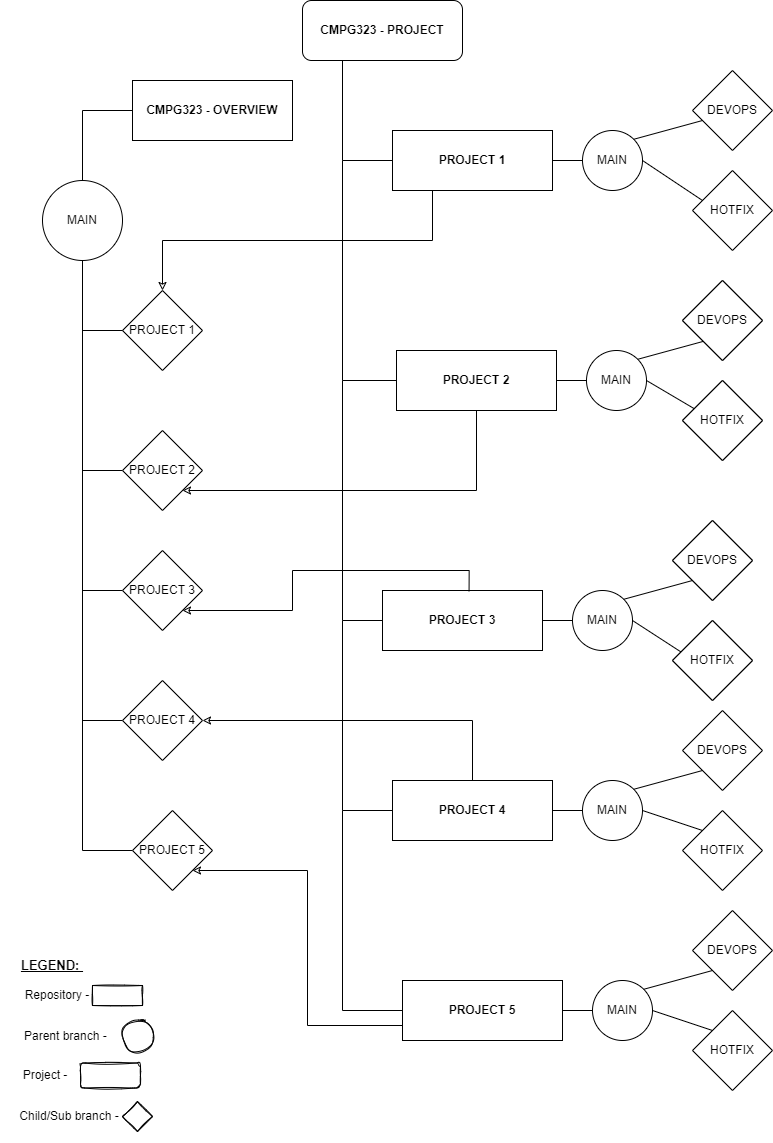
Before: diagram323_34946039_Overview.png, a diagram exported from draw.io (chriszeymar/CMPG323-Overview---34946039). Source tidied: cells renumbered, new cells last; positions are measured from the earlier drawing's top-left corner, leaving out a move shared by most shapes. Its diagram source:
```xml
<mxGraphModel>
  <root>
    <mxCell id="0" />
    <mxCell id="1" parent="0" />
    <mxCell id="2" style="group;" parent="1" vertex="1">
      <mxGeometry x="42" width="730" height="1141" as="geometry" />
    </mxCell>
    <mxCell id="3" value="&lt;b&gt;CMPG323 - PROJECT&lt;/b&gt;" style="rounded=1;whiteSpace=wrap;html=1;" parent="2" vertex="1">
      <mxGeometry x="260" width="160" height="60" as="geometry" />
    </mxCell>
    <mxCell id="4" value="&lt;b&gt;CMPG323 - OVERVIEW&lt;/b&gt;" style="rounded=0;whiteSpace=wrap;html=1;" parent="2" vertex="1">
      <mxGeometry x="90" y="80" width="160" height="60" as="geometry" />
    </mxCell>
    <mxCell id="5" value="MAIN" style="ellipse;whiteSpace=wrap;html=1;rounded=0;" parent="2" vertex="1">
      <mxGeometry y="180" width="80" height="80" as="geometry" />
    </mxCell>
    <mxCell id="6" style="edgeStyle=orthogonalEdgeStyle;rounded=0;jettySize=auto;html=1;exitX=0;exitY=0.5;exitDx=0;exitDy=0;entryX=0.5;entryY=0;entryDx=0;entryDy=0;endArrow=none;endFill=0;" parent="2" edge="1" source="4" target="5">
      <mxGeometry relative="1" as="geometry" />
    </mxCell>
    <mxCell id="7" style="group;" parent="2" vertex="1">
      <mxGeometry x="350" y="60" width="380" height="190" as="geometry" />
    </mxCell>
    <mxCell id="8" style="group;" parent="7" vertex="1">
      <mxGeometry width="380" height="190" as="geometry" />
    </mxCell>
    <mxCell id="9" value="&lt;b&gt;PROJECT 1&lt;/b&gt;" style="rounded=0;whiteSpace=wrap;html=1;" parent="8" vertex="1">
      <mxGeometry y="70" width="160" height="60" as="geometry" />
    </mxCell>
    <mxCell id="10" value="MAIN" style="ellipse;whiteSpace=wrap;html=1;rounded=0;" parent="8" vertex="1">
      <mxGeometry x="190" y="70" width="60" height="60" as="geometry" />
    </mxCell>
    <mxCell id="11" style="endArrow=none;html=1;rounded=0;exitX=1;exitY=0.5;exitDx=0;exitDy=0;" parent="8" edge="1" source="10">
      <mxGeometry relative="1" as="geometry">
        <mxPoint x="310" y="140" as="targetPoint" />
      </mxGeometry>
    </mxCell>
    <mxCell id="12" style="endArrow=none;html=1;rounded=0;entryX=0.5;entryY=1;entryDx=0;entryDy=0;exitX=1;exitY=0;exitDx=0;exitDy=0;" parent="8" edge="1" source="10">
      <mxGeometry relative="1" as="geometry">
        <mxPoint x="310" y="60" as="targetPoint" />
      </mxGeometry>
    </mxCell>
    <mxCell id="13" style="group;" parent="8" vertex="1">
      <mxGeometry x="300" y="10" width="80" height="180" as="geometry" />
    </mxCell>
    <mxCell id="14" value="DEVOPS" style="rhombus;whiteSpace=wrap;html=1;rounded=0;shadow=0;" parent="13" vertex="1">
      <mxGeometry width="80" height="80" as="geometry" />
    </mxCell>
    <mxCell id="15" value="HOTFIX" style="rhombus;whiteSpace=wrap;html=1;rounded=0;shadow=0;" parent="13" vertex="1">
      <mxGeometry y="100" width="80" height="80" as="geometry" />
    </mxCell>
    <mxCell id="16" style="edgeStyle=orthogonalEdgeStyle;rounded=0;jettySize=auto;html=1;exitX=0;exitY=0.5;exitDx=0;exitDy=0;endArrow=none;endFill=0;" parent="7" edge="1" source="10">
      <mxGeometry relative="1" as="geometry">
        <mxPoint x="160" y="100.1" as="targetPoint" />
      </mxGeometry>
    </mxCell>
    <mxCell id="17" style="group;" parent="2" vertex="1">
      <mxGeometry x="350" y="710" width="370" height="180" as="geometry" />
    </mxCell>
    <mxCell id="18" style="group;" parent="17" vertex="1">
      <mxGeometry width="370" height="180" as="geometry" />
    </mxCell>
    <mxCell id="19" value="&lt;b&gt;PROJECT 4&lt;/b&gt;" style="rounded=0;whiteSpace=wrap;html=1;" parent="18" vertex="1">
      <mxGeometry y="70" width="160" height="60" as="geometry" />
    </mxCell>
    <mxCell id="20" value="MAIN" style="ellipse;whiteSpace=wrap;html=1;rounded=0;" parent="18" vertex="1">
      <mxGeometry x="190" y="70" width="60" height="60" as="geometry" />
    </mxCell>
    <mxCell id="21" style="endArrow=none;html=1;rounded=0;entryX=0;entryY=0;entryDx=0;entryDy=0;exitX=1;exitY=0.5;exitDx=0;exitDy=0;" parent="18" edge="1" source="20" target="25">
      <mxGeometry relative="1" as="geometry" />
    </mxCell>
    <mxCell id="22" style="endArrow=none;html=1;rounded=0;entryX=0.5;entryY=1;entryDx=0;entryDy=0;exitX=1;exitY=0;exitDx=0;exitDy=0;" parent="18" edge="1" source="20">
      <mxGeometry relative="1" as="geometry">
        <mxPoint x="310" y="60" as="targetPoint" />
      </mxGeometry>
    </mxCell>
    <mxCell id="23" style="group;" parent="18" vertex="1">
      <mxGeometry x="290" width="80" height="180" as="geometry" />
    </mxCell>
    <mxCell id="24" value="DEVOPS" style="rhombus;whiteSpace=wrap;html=1;rounded=0;shadow=0;" parent="23" vertex="1">
      <mxGeometry width="80" height="80" as="geometry" />
    </mxCell>
    <mxCell id="25" value="HOTFIX" style="rhombus;whiteSpace=wrap;html=1;rounded=0;shadow=0;" parent="23" vertex="1">
      <mxGeometry y="100" width="80" height="80" as="geometry" />
    </mxCell>
    <mxCell id="26" style="edgeStyle=orthogonalEdgeStyle;rounded=0;jettySize=auto;html=1;exitX=0;exitY=0.5;exitDx=0;exitDy=0;endArrow=none;endFill=0;" parent="17" edge="1" source="20">
      <mxGeometry relative="1" as="geometry">
        <mxPoint x="160" y="100.1" as="targetPoint" />
      </mxGeometry>
    </mxCell>
    <mxCell id="27" style="group;" parent="2" vertex="1">
      <mxGeometry x="354" y="280" width="350" height="180" as="geometry" />
    </mxCell>
    <mxCell id="28" style="group;" parent="27" vertex="1">
      <mxGeometry width="350" height="180" as="geometry" />
    </mxCell>
    <mxCell id="29" value="&lt;b&gt;PROJECT 2&lt;/b&gt;" style="rounded=0;whiteSpace=wrap;html=1;" parent="28" vertex="1">
      <mxGeometry y="70" width="160" height="60" as="geometry" />
    </mxCell>
    <mxCell id="30" value="MAIN" style="ellipse;whiteSpace=wrap;html=1;rounded=0;" parent="28" vertex="1">
      <mxGeometry x="190" y="70" width="60" height="60" as="geometry" />
    </mxCell>
    <mxCell id="31" style="endArrow=none;html=1;rounded=0;entryX=0;entryY=0;entryDx=0;entryDy=0;exitX=1;exitY=0.5;exitDx=0;exitDy=0;" parent="28" edge="1" source="30">
      <mxGeometry relative="1" as="geometry">
        <mxPoint x="298.8" y="128.8" as="targetPoint" />
      </mxGeometry>
    </mxCell>
    <mxCell id="32" style="endArrow=none;html=1;rounded=0;entryX=0.5;entryY=1;entryDx=0;entryDy=0;exitX=1;exitY=0;exitDx=0;exitDy=0;" parent="28" edge="1" source="30">
      <mxGeometry relative="1" as="geometry">
        <mxPoint x="310" y="60" as="targetPoint" />
      </mxGeometry>
    </mxCell>
    <mxCell id="33" style="edgeStyle=orthogonalEdgeStyle;rounded=0;jettySize=auto;html=1;exitX=0;exitY=0.5;exitDx=0;exitDy=0;endArrow=none;endFill=0;" parent="27" edge="1" source="30">
      <mxGeometry relative="1" as="geometry">
        <mxPoint x="160" y="100.1" as="targetPoint" />
      </mxGeometry>
    </mxCell>
    <mxCell id="34" style="group;" parent="2" vertex="1">
      <mxGeometry x="360" y="910" width="350" height="180" as="geometry" />
    </mxCell>
    <mxCell id="35" style="group;" parent="34" vertex="1">
      <mxGeometry width="350" height="180" as="geometry" />
    </mxCell>
    <mxCell id="36" value="&lt;b&gt;PROJECT 5&lt;/b&gt;" style="rounded=0;whiteSpace=wrap;html=1;" parent="35" vertex="1">
      <mxGeometry y="70" width="160" height="60" as="geometry" />
    </mxCell>
    <mxCell id="37" value="MAIN" style="ellipse;whiteSpace=wrap;html=1;rounded=0;" parent="35" vertex="1">
      <mxGeometry x="190" y="70" width="60" height="60" as="geometry" />
    </mxCell>
    <mxCell id="38" style="endArrow=none;html=1;rounded=0;entryX=0.5;entryY=1;entryDx=0;entryDy=0;exitX=1;exitY=0;exitDx=0;exitDy=0;" parent="35" edge="1" source="37">
      <mxGeometry relative="1" as="geometry">
        <mxPoint x="310" y="60" as="targetPoint" />
      </mxGeometry>
    </mxCell>
    <mxCell id="39" style="edgeStyle=orthogonalEdgeStyle;rounded=0;jettySize=auto;html=1;exitX=0;exitY=0.5;exitDx=0;exitDy=0;endArrow=none;endFill=0;" parent="34" edge="1" source="37">
      <mxGeometry relative="1" as="geometry">
        <mxPoint x="160" y="100.1" as="targetPoint" />
      </mxGeometry>
    </mxCell>
    <mxCell id="40" style="group;" parent="2" vertex="1">
      <mxGeometry x="340" y="520" width="350" height="180" as="geometry" />
    </mxCell>
    <mxCell id="41" style="group;" parent="40" vertex="1">
      <mxGeometry width="350" height="180" as="geometry" />
    </mxCell>
    <mxCell id="42" value="&lt;b&gt;PROJECT 3&lt;/b&gt;" style="rounded=0;whiteSpace=wrap;html=1;" parent="41" vertex="1">
      <mxGeometry y="70" width="160" height="60" as="geometry" />
    </mxCell>
    <mxCell id="43" value="MAIN" style="ellipse;whiteSpace=wrap;html=1;rounded=0;" parent="41" vertex="1">
      <mxGeometry x="190" y="70" width="60" height="60" as="geometry" />
    </mxCell>
    <mxCell id="44" style="endArrow=none;html=1;rounded=0;entryX=0.5;entryY=1;entryDx=0;entryDy=0;exitX=1;exitY=0;exitDx=0;exitDy=0;" parent="41" edge="1" source="43">
      <mxGeometry relative="1" as="geometry">
        <mxPoint x="310" y="60" as="targetPoint" />
      </mxGeometry>
    </mxCell>
    <mxCell id="45" style="edgeStyle=orthogonalEdgeStyle;rounded=0;jettySize=auto;html=1;exitX=0;exitY=0.5;exitDx=0;exitDy=0;endArrow=none;endFill=0;" parent="40" edge="1" source="43">
      <mxGeometry relative="1" as="geometry">
        <mxPoint x="160" y="100.1" as="targetPoint" />
      </mxGeometry>
    </mxCell>
    <mxCell id="46" style="edgeStyle=orthogonalEdgeStyle;rounded=0;jettySize=auto;html=1;exitX=0;exitY=0.5;exitDx=0;exitDy=0;entryX=0.25;entryY=1;entryDx=0;entryDy=0;endArrow=none;endFill=0;" parent="2" edge="1" source="9" target="3">
      <mxGeometry relative="1" as="geometry" />
    </mxCell>
    <mxCell id="47" style="edgeStyle=orthogonalEdgeStyle;rounded=0;jettySize=auto;html=1;exitX=0;exitY=0.5;exitDx=0;exitDy=0;endArrow=none;endFill=0;" parent="2" edge="1" source="29">
      <mxGeometry relative="1" as="geometry">
        <mxPoint x="300" y="160" as="targetPoint" />
      </mxGeometry>
    </mxCell>
    <mxCell id="48" style="edgeStyle=orthogonalEdgeStyle;rounded=0;jettySize=auto;html=1;exitX=0;exitY=0.5;exitDx=0;exitDy=0;endArrow=none;endFill=0;" parent="2" edge="1" source="42">
      <mxGeometry relative="1" as="geometry">
        <mxPoint x="300" y="380" as="targetPoint" />
      </mxGeometry>
    </mxCell>
    <mxCell id="49" style="edgeStyle=orthogonalEdgeStyle;rounded=0;jettySize=auto;html=1;exitX=0;exitY=0.5;exitDx=0;exitDy=0;endArrow=none;endFill=0;" parent="2" edge="1" source="19">
      <mxGeometry relative="1" as="geometry">
        <mxPoint x="300" y="620" as="targetPoint" />
      </mxGeometry>
    </mxCell>
    <mxCell id="50" style="edgeStyle=orthogonalEdgeStyle;rounded=0;jettySize=auto;html=1;exitX=0;exitY=0.5;exitDx=0;exitDy=0;endArrow=none;endFill=0;" parent="2" edge="1" source="36">
      <mxGeometry relative="1" as="geometry">
        <mxPoint x="300" y="810" as="targetPoint" />
      </mxGeometry>
    </mxCell>
    <mxCell id="51" style="group;" parent="2" vertex="1">
      <mxGeometry x="640" y="280" width="80" height="180" as="geometry" />
    </mxCell>
    <mxCell id="52" style="rhombus;whiteSpace=wrap;html=1;rounded=0;shadow=0;" parent="51" vertex="1">
      <mxGeometry width="80" height="80" as="geometry" />
    </mxCell>
    <mxCell id="53" style="rhombus;whiteSpace=wrap;html=1;rounded=0;shadow=0;" parent="51" vertex="1">
      <mxGeometry y="100" width="80" height="80" as="geometry" />
    </mxCell>
    <mxCell id="54" style="group;" parent="2" vertex="1">
      <mxGeometry x="640" y="280" width="80" height="180" as="geometry" />
    </mxCell>
    <mxCell id="55" value="DEVOPS" style="rhombus;whiteSpace=wrap;html=1;rounded=0;shadow=0;" parent="54" vertex="1">
      <mxGeometry width="80" height="80" as="geometry" />
    </mxCell>
    <mxCell id="56" value="HOTFIX" style="rhombus;whiteSpace=wrap;html=1;rounded=0;shadow=0;" parent="54" vertex="1">
      <mxGeometry y="100" width="80" height="80" as="geometry" />
    </mxCell>
    <mxCell id="57" style="group;" parent="2" vertex="1">
      <mxGeometry x="630" y="520" width="80" height="180" as="geometry" />
    </mxCell>
    <mxCell id="58" style="rhombus;whiteSpace=wrap;html=1;rounded=0;shadow=0;" parent="57" vertex="1">
      <mxGeometry width="80" height="80" as="geometry" />
    </mxCell>
    <mxCell id="59" style="rhombus;whiteSpace=wrap;html=1;rounded=0;shadow=0;" parent="57" vertex="1">
      <mxGeometry y="100" width="80" height="80" as="geometry" />
    </mxCell>
    <mxCell id="60" style="endArrow=none;html=1;rounded=0;exitX=1;exitY=0.5;exitDx=0;exitDy=0;entryX=0.112;entryY=0.397;entryDx=0;entryDy=0;entryPerimeter=0;" parent="2" edge="1" source="43" target="59">
      <mxGeometry relative="1" as="geometry" />
    </mxCell>
    <mxCell id="61" style="group;" parent="2" vertex="1">
      <mxGeometry x="630" y="520" width="80" height="180" as="geometry" />
    </mxCell>
    <mxCell id="62" value="DEVOPS" style="rhombus;whiteSpace=wrap;html=1;rounded=0;shadow=0;" parent="61" vertex="1">
      <mxGeometry width="80" height="80" as="geometry" />
    </mxCell>
    <mxCell id="63" value="HOTFIX" style="rhombus;whiteSpace=wrap;html=1;rounded=0;shadow=0;" parent="61" vertex="1">
      <mxGeometry y="100" width="80" height="80" as="geometry" />
    </mxCell>
    <mxCell id="64" style="group;" parent="2" vertex="1">
      <mxGeometry x="650" y="910" width="80" height="180" as="geometry" />
    </mxCell>
    <mxCell id="65" value="DEVOPS" style="rhombus;whiteSpace=wrap;html=1;rounded=0;shadow=0;" parent="64" vertex="1">
      <mxGeometry width="80" height="80" as="geometry" />
    </mxCell>
    <mxCell id="66" value="HOTFIX" style="rhombus;whiteSpace=wrap;html=1;rounded=0;shadow=0;" parent="64" vertex="1">
      <mxGeometry y="100" width="80" height="80" as="geometry" />
    </mxCell>
    <mxCell id="67" style="endArrow=none;html=1;rounded=0;entryX=0;entryY=0;entryDx=0;entryDy=0;exitX=1;exitY=0.5;exitDx=0;exitDy=0;" parent="2" edge="1" source="37" target="66">
      <mxGeometry relative="1" as="geometry" />
    </mxCell>
    <mxCell id="68" style="edgeStyle=orthogonalEdgeStyle;rounded=0;jettySize=auto;html=1;exitX=0.5;exitY=0;exitDx=0;exitDy=0;entryX=0.25;entryY=1;entryDx=0;entryDy=0;endArrow=none;endFill=0;startArrow=classic;startFill=0;" parent="2" edge="1" source="69" target="9">
      <mxGeometry relative="1" as="geometry" />
    </mxCell>
    <mxCell id="69" value="PROJECT 1" style="rhombus;whiteSpace=wrap;html=1;rounded=0;shadow=0;" parent="2" vertex="1">
      <mxGeometry x="80" y="290" width="80" height="80" as="geometry" />
    </mxCell>
    <mxCell id="70" style="edgeStyle=orthogonalEdgeStyle;rounded=0;jettySize=auto;html=1;exitX=0.5;exitY=1;exitDx=0;exitDy=0;entryX=0;entryY=0.5;entryDx=0;entryDy=0;endArrow=none;endFill=0;" parent="2" edge="1" source="5" target="69">
      <mxGeometry relative="1" as="geometry" />
    </mxCell>
    <mxCell id="71" style="edgeStyle=orthogonalEdgeStyle;rounded=0;jettySize=auto;html=1;exitX=0;exitY=0.5;exitDx=0;exitDy=0;endArrow=none;endFill=0;" parent="2" edge="1" source="73">
      <mxGeometry relative="1" as="geometry">
        <mxPoint x="40" y="320" as="targetPoint" />
      </mxGeometry>
    </mxCell>
    <mxCell id="72" style="edgeStyle=orthogonalEdgeStyle;rounded=0;jettySize=auto;html=1;exitX=1;exitY=1;exitDx=0;exitDy=0;entryX=0.5;entryY=1;entryDx=0;entryDy=0;startArrow=classic;startFill=0;endArrow=none;endFill=0;" parent="2" edge="1" source="73" target="29">
      <mxGeometry relative="1" as="geometry" />
    </mxCell>
    <mxCell id="73" value="PROJECT 2" style="rhombus;whiteSpace=wrap;html=1;rounded=0;shadow=0;" parent="2" vertex="1">
      <mxGeometry x="80" y="430" width="80" height="80" as="geometry" />
    </mxCell>
    <mxCell id="74" style="edgeStyle=orthogonalEdgeStyle;rounded=0;jettySize=auto;html=1;exitX=0;exitY=0.5;exitDx=0;exitDy=0;endArrow=none;endFill=0;" parent="2" edge="1" source="76">
      <mxGeometry relative="1" as="geometry">
        <mxPoint x="40" y="420" as="targetPoint" />
      </mxGeometry>
    </mxCell>
    <mxCell id="75" style="edgeStyle=orthogonalEdgeStyle;rounded=0;jettySize=auto;html=1;exitX=1;exitY=1;exitDx=0;exitDy=0;entryX=0.541;entryY=0.013;entryDx=0;entryDy=0;entryPerimeter=0;startArrow=classic;startFill=0;endArrow=none;endFill=0;" parent="2" edge="1" source="76" target="42">
      <mxGeometry relative="1" as="geometry" />
    </mxCell>
    <mxCell id="76" value="PROJECT 3" style="rhombus;whiteSpace=wrap;html=1;rounded=0;shadow=0;" parent="2" vertex="1">
      <mxGeometry x="80" y="550" width="80" height="80" as="geometry" />
    </mxCell>
    <mxCell id="77" style="edgeStyle=orthogonalEdgeStyle;rounded=0;jettySize=auto;html=1;exitX=0;exitY=0.5;exitDx=0;exitDy=0;endArrow=none;endFill=0;" parent="2" edge="1" source="79">
      <mxGeometry relative="1" as="geometry">
        <mxPoint x="40" y="520" as="targetPoint" />
      </mxGeometry>
    </mxCell>
    <mxCell id="78" style="edgeStyle=orthogonalEdgeStyle;rounded=0;jettySize=auto;html=1;exitX=1;exitY=0.5;exitDx=0;exitDy=0;startArrow=classic;startFill=0;endArrow=none;endFill=0;" parent="2" edge="1" source="79" target="19">
      <mxGeometry relative="1" as="geometry" />
    </mxCell>
    <mxCell id="79" value="PROJECT 4" style="rhombus;whiteSpace=wrap;html=1;rounded=0;shadow=0;" parent="2" vertex="1">
      <mxGeometry x="80" y="680" width="80" height="80" as="geometry" />
    </mxCell>
    <mxCell id="80" style="edgeStyle=orthogonalEdgeStyle;rounded=0;jettySize=auto;html=1;exitX=0;exitY=0.5;exitDx=0;exitDy=0;endArrow=none;endFill=0;" parent="2" edge="1" source="82">
      <mxGeometry relative="1" as="geometry">
        <mxPoint x="40" y="630" as="targetPoint" />
      </mxGeometry>
    </mxCell>
    <mxCell id="81" style="edgeStyle=orthogonalEdgeStyle;rounded=0;jettySize=auto;html=1;exitX=1;exitY=1;exitDx=0;exitDy=0;entryX=0;entryY=0.75;entryDx=0;entryDy=0;startArrow=classic;startFill=0;endArrow=none;endFill=0;" parent="2" edge="1" source="82" target="36">
      <mxGeometry relative="1" as="geometry" />
    </mxCell>
    <mxCell id="82" value="PROJECT 5" style="rhombus;whiteSpace=wrap;html=1;rounded=0;shadow=0;" parent="2" vertex="1">
      <mxGeometry x="90" y="810" width="80" height="80" as="geometry" />
    </mxCell>
    <mxCell id="83" style="group;" parent="2" vertex="1">
      <mxGeometry x="-30" y="980" width="130" height="30" as="geometry" />
    </mxCell>
    <mxCell id="84" value="Repository -" style="text;html=1;strokeColor=none;fillColor=none;align=center;verticalAlign=middle;whiteSpace=wrap;rounded=0;shadow=0;" parent="83" vertex="1">
      <mxGeometry width="90" height="30" as="geometry" />
    </mxCell>
    <mxCell id="85" style="rounded=0;whiteSpace=wrap;html=1;shadow=0;gradientColor=#ffffff;sketch=1;glass=0;" parent="83" vertex="1">
      <mxGeometry x="80" y="5" width="50" height="20" as="geometry" />
    </mxCell>
    <mxCell id="86" style="group;" parent="2" vertex="1">
      <mxGeometry x="-20" y="1060" width="165" height="81" as="geometry" />
    </mxCell>
    <mxCell id="87" style="group;" parent="86" vertex="1">
      <mxGeometry x="-5" width="170" height="81" as="geometry" />
    </mxCell>
    <mxCell id="88" style="group;" parent="87" vertex="1">
      <mxGeometry x="-5" y="-40" width="116" height="31" as="geometry" />
    </mxCell>
    <mxCell id="89" value="Parent branch -&amp;nbsp;" style="text;html=1;strokeColor=none;fillColor=none;align=center;verticalAlign=middle;whiteSpace=wrap;rounded=0;shadow=0;" parent="88" vertex="1">
      <mxGeometry y="1" width="110" height="30" as="geometry" />
    </mxCell>
    <mxCell id="90" style="group;" parent="87" vertex="1">
      <mxGeometry x="-8" y="40" width="120" height="31" as="geometry" />
    </mxCell>
    <mxCell id="91" value="Child/Sub branch -" style="text;html=1;strokeColor=none;fillColor=none;align=center;verticalAlign=middle;whiteSpace=wrap;rounded=0;shadow=0;" parent="90" vertex="1">
      <mxGeometry y="1" width="120" height="30" as="geometry" />
    </mxCell>
    <mxCell id="92" style="group;" parent="87" vertex="1">
      <mxGeometry x="-17" width="140" height="30" as="geometry" />
    </mxCell>
    <mxCell id="93" value="Project -" style="text;html=1;strokeColor=none;fillColor=none;align=center;verticalAlign=middle;whiteSpace=wrap;rounded=0;shadow=0;" parent="92" vertex="1">
      <mxGeometry width="90" height="30" as="geometry" />
    </mxCell>
    <mxCell id="94" style="rounded=1;whiteSpace=wrap;html=1;shadow=0;glass=0;sketch=1;gradientColor=#ffffff;" parent="92" vertex="1">
      <mxGeometry x="80" y="2.5" width="60" height="25" as="geometry" />
    </mxCell>
    <mxCell id="95" style="rhombus;whiteSpace=wrap;html=1;rounded=0;shadow=0;glass=0;sketch=1;gradientColor=#ffffff;" parent="87" vertex="1">
      <mxGeometry x="105" y="41" width="30" height="30" as="geometry" />
    </mxCell>
    <mxCell id="96" style="ellipse;whiteSpace=wrap;html=1;rounded=0;shadow=0;glass=0;sketch=1;gradientColor=#ffffff;" parent="2" vertex="1">
      <mxGeometry x="80" y="1020" width="31" height="31" as="geometry" />
    </mxCell>
    <mxCell id="97" value="LEGEND:&amp;nbsp;" style="text;html=1;strokeColor=none;fillColor=none;align=center;verticalAlign=middle;whiteSpace=wrap;rounded=0;shadow=0;glass=0;sketch=1;fontStyle=5;fontSize=13;" parent="2" vertex="1">
      <mxGeometry x="-20" y="950" width="60" height="30" as="geometry" />
    </mxCell>
  </root>
</mxGraphModel>
```
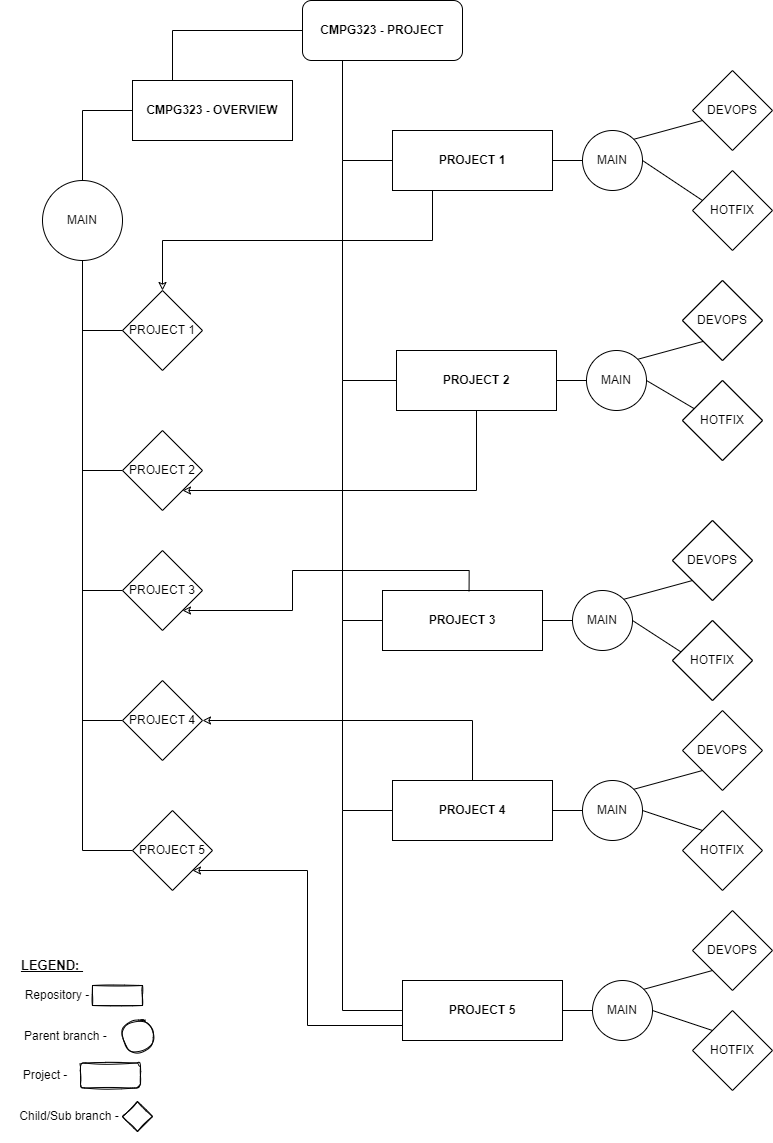
After the change.

The edit, as a diff of the source:
```diff
@@ -5,6 +5,9 @@
     <mxCell id="2" style="group;" parent="1" vertex="1">
       <mxGeometry x="42" width="730" height="1141" as="geometry" />
     </mxCell>
+    <mxCell id="98" style="edgeStyle=orthogonalEdgeStyle;rounded=0;jettySize=auto;html=1;exitX=0;exitY=0.5;exitDx=0;exitDy=0;entryX=0.25;entryY=0;entryDx=0;entryDy=0;fontSize=13;startArrow=none;startFill=0;endArrow=none;endFill=0;" parent="2" edge="1" source="3" target="4">
+      <mxGeometry relative="1" as="geometry" />
+    </mxCell>
     <mxCell id="3" value="&lt;b&gt;CMPG323 - PROJECT&lt;/b&gt;" style="rounded=1;whiteSpace=wrap;html=1;" parent="2" vertex="1">
       <mxGeometry x="260" width="160" height="60" as="geometry" />
     </mxCell>
```
